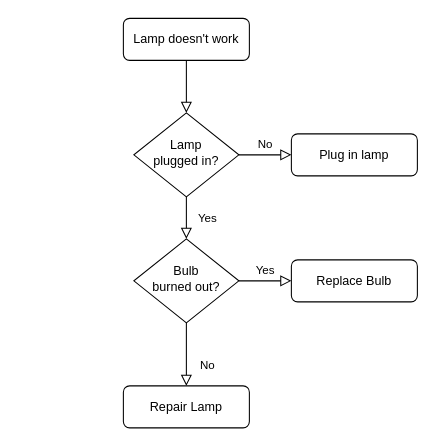
Before: RFx.drawio in kisspa-source/draw, a draw.io diagram. Source tidied: cells renumbered, new cells numbered last; positions are measured from the earlier drawing's top-left corner, leaving out a move shared by most shapes. Both pictures are drawn from the tidied source at 105%, with x=0, y=0 at pixel (123, 18).
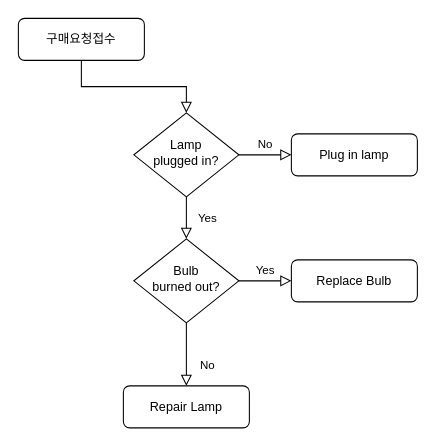
The same page after the edit.

Change to the diagram source:
```diff
@@
 <mxGraphModel>
   <root>
     <mxCell id="0" />
     <mxCell id="1" parent="0" />
     <mxCell id="2" style="rounded=0;html=1;jettySize=auto;fontSize=11;endArrow=block;endFill=0;endSize=8;strokeWidth=1;shadow=0;labelBackgroundColor=none;edgeStyle=orthogonalEdgeStyle;" parent="1" edge="1" source="3" target="6">
       <mxGeometry relative="1" as="geometry" />
     </mxCell>
-    <mxCell id="3" value="Lamp doesn't work" style="rounded=1;whiteSpace=wrap;html=1;fontSize=12;glass=0;strokeWidth=1;shadow=0;" parent="1" vertex="1">
-      <mxGeometry width="120" height="40" as="geometry" />
+    <mxCell id="3" value="구매요청접수" style="rounded=1;whiteSpace=wrap;html=1;fontSize=12;glass=0;strokeWidth=1;shadow=0;" parent="1" vertex="1">
+      <mxGeometry x="-100" width="120" height="40" as="geometry" />
     </mxCell>
     <mxCell id="4" value="Yes" style="rounded=0;html=1;jettySize=auto;fontSize=11;endArrow=block;endFill=0;endSize=8;strokeWidth=1;shadow=0;labelBackgroundColor=none;edgeStyle=orthogonalEdgeStyle;" parent="1" edge="1" source="6" target="10">
       <mxGeometry y="20" relative="1" as="geometry" />
     </mxCell>
     <mxCell id="5" value="No" style="edgeStyle=orthogonalEdgeStyle;rounded=0;html=1;jettySize=auto;fontSize=11;endArrow=block;endFill=0;endSize=8;strokeWidth=1;shadow=0;labelBackgroundColor=none;" parent="1" edge="1" source="6" target="7">
       <mxGeometry y="10" relative="1" as="geometry" />
     </mxCell>
     <mxCell id="6" value="Lamp&lt;br&gt;plugged in?" style="rhombus;whiteSpace=wrap;html=1;shadow=0;fontFamily=Helvetica;fontSize=12;align=center;strokeWidth=1;spacing=6;spacingTop=-4;" parent="1" vertex="1">
       <mxGeometry x="10" y="90" width="100" height="80" as="geometry" />
     </mxCell>
     <mxCell id="7" value="Plug in lamp" style="rounded=1;whiteSpace=wrap;html=1;fontSize=12;glass=0;strokeWidth=1;shadow=0;" parent="1" vertex="1">
       <mxGeometry x="160" y="110" width="120" height="40" as="geometry" />
     </mxCell>
     <mxCell id="8" value="No" style="rounded=0;html=1;jettySize=auto;fontSize=11;endArrow=block;endFill=0;endSize=8;strokeWidth=1;shadow=0;labelBackgroundColor=none;edgeStyle=orthogonalEdgeStyle;" parent="1" edge="1" source="10" target="11">
       <mxGeometry x="0.33" y="20" relative="1" as="geometry" />
     </mxCell>
     <mxCell id="9" value="Yes" style="edgeStyle=orthogonalEdgeStyle;rounded=0;html=1;jettySize=auto;fontSize=11;endArrow=block;endFill=0;endSize=8;strokeWidth=1;shadow=0;labelBackgroundColor=none;" parent="1" edge="1" source="10" target="12">
       <mxGeometry y="10" relative="1" as="geometry" />
     </mxCell>
     <mxCell id="10" value="Bulb&lt;br&gt;burned out?" style="rhombus;whiteSpace=wrap;html=1;shadow=0;fontFamily=Helvetica;fontSize=12;align=center;strokeWidth=1;spacing=6;spacingTop=-4;" parent="1" vertex="1">
       <mxGeometry x="10" y="210" width="100" height="80" as="geometry" />
     </mxCell>
     <mxCell id="11" value="Repair Lamp" style="rounded=1;whiteSpace=wrap;html=1;fontSize=12;glass=0;strokeWidth=1;shadow=0;" parent="1" vertex="1">
       <mxGeometry y="350" width="120" height="40" as="geometry" />
     </mxCell>
     <mxCell id="12" value="Replace Bulb" style="rounded=1;whiteSpace=wrap;html=1;fontSize=12;glass=0;strokeWidth=1;shadow=0;" parent="1" vertex="1">
       <mxGeometry x="160" y="230" width="120" height="40" as="geometry" />
     </mxCell>
   </root>
 </mxGraphModel>
```
